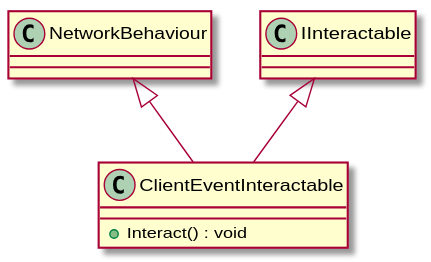
David-Denny/COMP3013-Team7 keeps this PlantUML diagram as UML/Interactions/ClientEventInteractable.svg. Above is the earlier version. Its diagram source:
```plantuml
@startuml
class ClientEventInteractable {
    + Interact() : void
}
NetworkBehaviour <|-- ClientEventInteractable
IInteractable <|-- ClientEventInteractable
@enduml
```
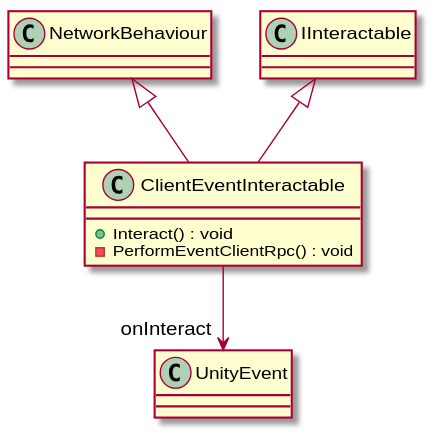
Later version of the same file.

What changed in the source:
```diff
@@ -1,7 +1,9 @@
 @startuml
 class ClientEventInteractable {
     + Interact() : void
+    - PerformEventClientRpc() : void
 }
 NetworkBehaviour <|-- ClientEventInteractable
 IInteractable <|-- ClientEventInteractable
+ClientEventInteractable --> "onInteract" UnityEvent
 @enduml
```
